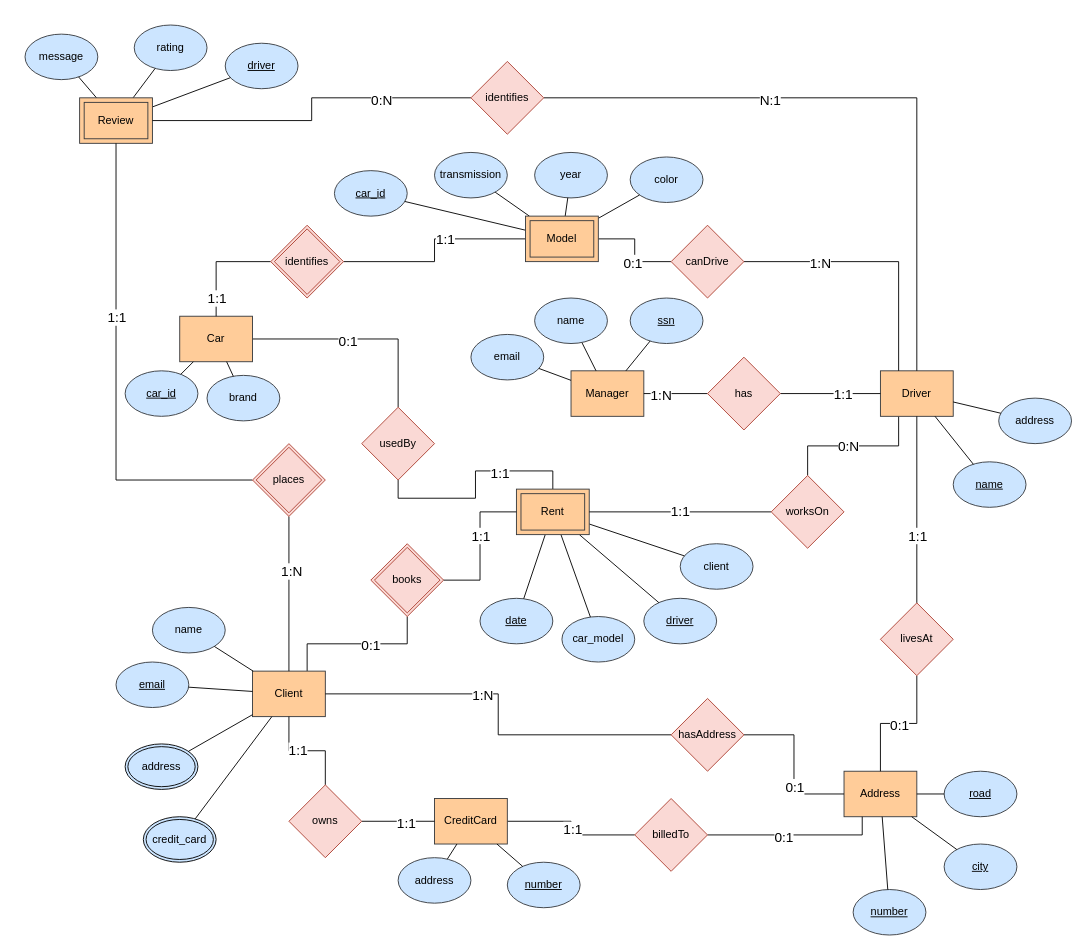
Above: 480-ER-Diagram.drawio in p-rinceS/CS-480-Project (draw.io), before the change. Source tidied: cells renumbered, new cells numbered last; positions are measured from the earlier drawing's top-left corner, leaving out a move shared by most shapes. Both pictures are drawn from the tidied source at 91%, with x=0, y=0 at pixel (25, 25).
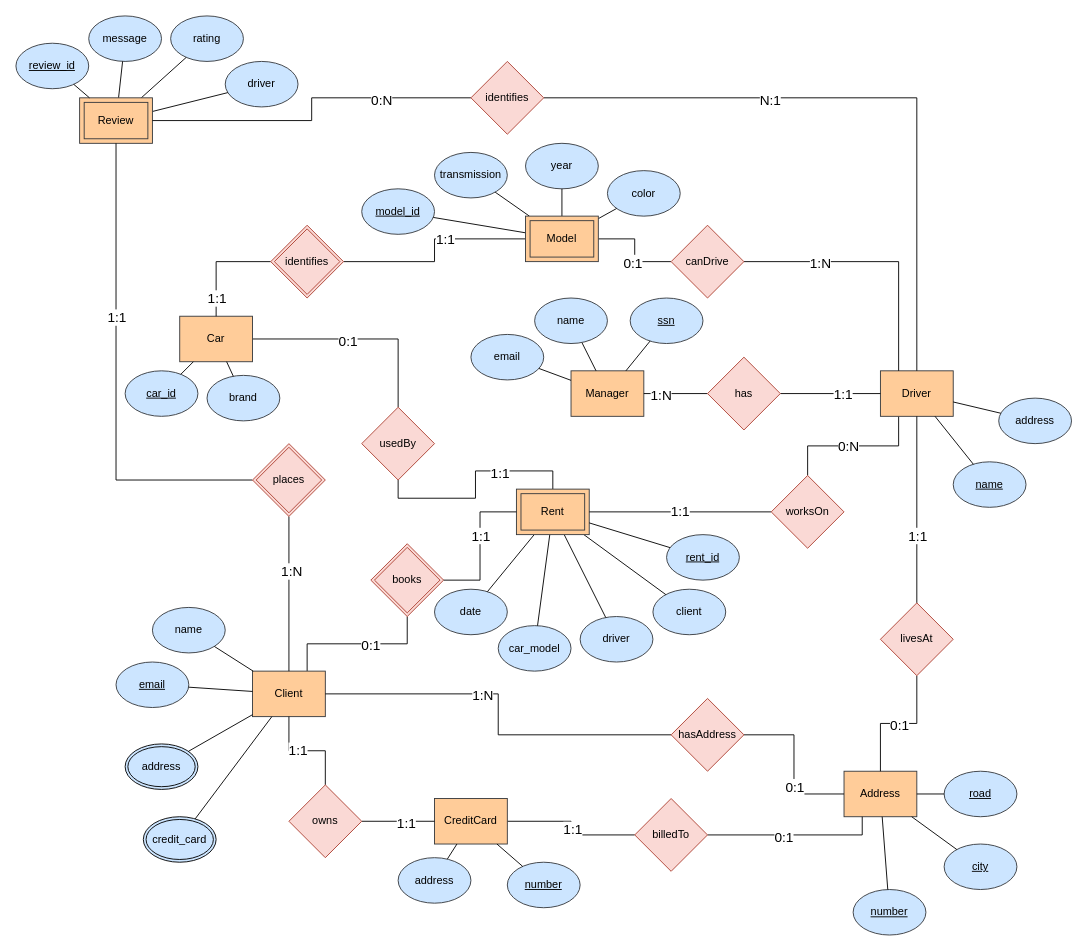
The same diagram, later.

Commit message:
Changed primary keys for rent, model, review

The change refers to these unchanged cells:
```xml
<mxCell id="65" value="Rent" style="shape=ext;margin=3;double=1;whiteSpace=wrap;html=1;align=center;fillColor=#ffcc99;strokeColor=#36393d;" parent="1" vertex="1">
  <mxGeometry x="540" y="510" width="80" height="50" as="geometry" />
</mxCell>
<mxCell id="66" value="Review" style="shape=ext;margin=3;double=1;whiteSpace=wrap;html=1;align=center;fillColor=#ffcc99;strokeColor=#36393d;" parent="1" vertex="1">
  <mxGeometry x="60" y="80" width="80" height="50" as="geometry" />
</mxCell>
```

The edit, as a diff of the source:
```diff
@@
     <mxCell id="24" value="&lt;span style=&quot;font-style: normal;&quot;&gt;client&lt;/span&gt;" style="ellipse;whiteSpace=wrap;html=1;fillColor=#cce5ff;strokeColor=#36393d;fontStyle=2;" parent="1" vertex="1">
-      <mxGeometry x="720" y="570" width="80" height="50" as="geometry" />
+      <mxGeometry x="690" y="620" width="80" height="50" as="geometry" />
     </mxCell>
-    <mxCell id="25" value="&lt;span style=&quot;font-style: normal;&quot;&gt;&lt;u&gt;driver&lt;/u&gt;&lt;/span&gt;" style="ellipse;whiteSpace=wrap;html=1;fillColor=#cce5ff;strokeColor=#36393d;fontStyle=2;" parent="1" vertex="1">
-      <mxGeometry x="680" y="630" width="80" height="50" as="geometry" />
+    <mxCell id="25" value="&lt;span style=&quot;font-style: normal;&quot;&gt;driver&lt;/span&gt;" style="ellipse;whiteSpace=wrap;html=1;fillColor=#cce5ff;strokeColor=#36393d;fontStyle=2;" parent="1" vertex="1">
+      <mxGeometry x="610" y="650" width="80" height="50" as="geometry" />
     </mxCell>
     <mxCell id="26" value="car_model" style="ellipse;whiteSpace=wrap;html=1;fillColor=#cce5ff;strokeColor=#36393d;" parent="1" vertex="1">
-      <mxGeometry x="590" y="650" width="80" height="50" as="geometry" />
+      <mxGeometry x="520" y="660" width="80" height="50" as="geometry" />
     </mxCell>
-    <mxCell id="27" value="&lt;u&gt;date&lt;/u&gt;" style="ellipse;whiteSpace=wrap;html=1;fillColor=#cce5ff;strokeColor=#36393d;" parent="1" vertex="1">
-      <mxGeometry x="500" y="630" width="80" height="50" as="geometry" />
+    <mxCell id="27" value="date" style="ellipse;whiteSpace=wrap;html=1;fillColor=#cce5ff;strokeColor=#36393d;" parent="1" vertex="1">
+      <mxGeometry x="450" y="620" width="80" height="50" as="geometry" />
     </mxCell>
@@
     <mxCell id="38" value="year" style="ellipse;whiteSpace=wrap;html=1;fillColor=#cce5ff;strokeColor=#36393d;" parent="1" vertex="1">
-      <mxGeometry x="560" y="140" width="80" height="50" as="geometry" />
+      <mxGeometry x="550" y="130" width="80" height="50" as="geometry" />
     </mxCell>
@@
     <mxCell id="40" value="color" style="ellipse;whiteSpace=wrap;html=1;fillColor=#cce5ff;strokeColor=#36393d;" parent="1" vertex="1">
-      <mxGeometry x="665" y="145" width="80" height="50" as="geometry" />
+      <mxGeometry x="640" y="160" width="80" height="50" as="geometry" />
     </mxCell>
@@
-    <mxCell id="44" value="&lt;u&gt;driver&lt;/u&gt;" style="ellipse;whiteSpace=wrap;html=1;fillColor=#cce5ff;strokeColor=#36393d;" parent="1" vertex="1">
-      <mxGeometry x="220" y="20" width="80" height="50" as="geometry" />
+    <mxCell id="44" value="driver" style="ellipse;whiteSpace=wrap;html=1;fillColor=#cce5ff;strokeColor=#36393d;" parent="1" vertex="1">
+      <mxGeometry x="220" y="40" width="80" height="50" as="geometry" />
     </mxCell>
     <mxCell id="45" value="rating" style="ellipse;whiteSpace=wrap;html=1;fillColor=#cce5ff;strokeColor=#36393d;" parent="1" vertex="1">
-      <mxGeometry x="120" width="80" height="50" as="geometry" />
+      <mxGeometry x="160" y="-10" width="80" height="50" as="geometry" />
     </mxCell>
     <mxCell id="46" value="message" style="ellipse;whiteSpace=wrap;html=1;fillColor=#cce5ff;strokeColor=#36393d;" parent="1" vertex="1">
-      <mxGeometry y="10" width="80" height="50" as="geometry" />
+      <mxGeometry x="70" y="-10" width="80" height="50" as="geometry" />
     </mxCell>
@@
-    <mxCell id="72" value="&lt;u&gt;car_id&lt;/u&gt;" style="ellipse;whiteSpace=wrap;html=1;fillColor=#cce5ff;strokeColor=#36393d;" parent="1" vertex="1">
-      <mxGeometry x="340" y="160" width="80" height="50" as="geometry" />
+    <mxCell id="72" value="&lt;u&gt;model_id&lt;/u&gt;" style="ellipse;whiteSpace=wrap;html=1;fillColor=#cce5ff;strokeColor=#36393d;" parent="1" vertex="1">
+      <mxGeometry x="370" y="180" width="80" height="50" as="geometry" />
     </mxCell>
@@
+    <mxCell id="125" value="&lt;u&gt;review_id&lt;/u&gt;" style="ellipse;whiteSpace=wrap;html=1;fillColor=#cce5ff;strokeColor=#36393d;" parent="1" vertex="1">
+      <mxGeometry x="-10" y="20" width="80" height="50" as="geometry" />
+    </mxCell>
+    <mxCell id="126" style="endArrow=none;html=1;rounded=0;" parent="1" edge="1" source="66" target="125">
+      <mxGeometry relative="1" as="geometry" />
+    </mxCell>
+    <mxCell id="127" value="&lt;span style=&quot;font-style: normal;&quot;&gt;&lt;u&gt;rent_id&lt;/u&gt;&lt;/span&gt;" style="ellipse;whiteSpace=wrap;html=1;fillColor=#cce5ff;strokeColor=#36393d;fontStyle=2;" parent="1" vertex="1">
+      <mxGeometry x="705" y="560" width="80" height="50" as="geometry" />
+    </mxCell>
+    <mxCell id="128" style="endArrow=none;html=1;rounded=0;" parent="1" edge="1" source="127" target="65">
+      <mxGeometry relative="1" as="geometry" />
+    </mxCell>
```
